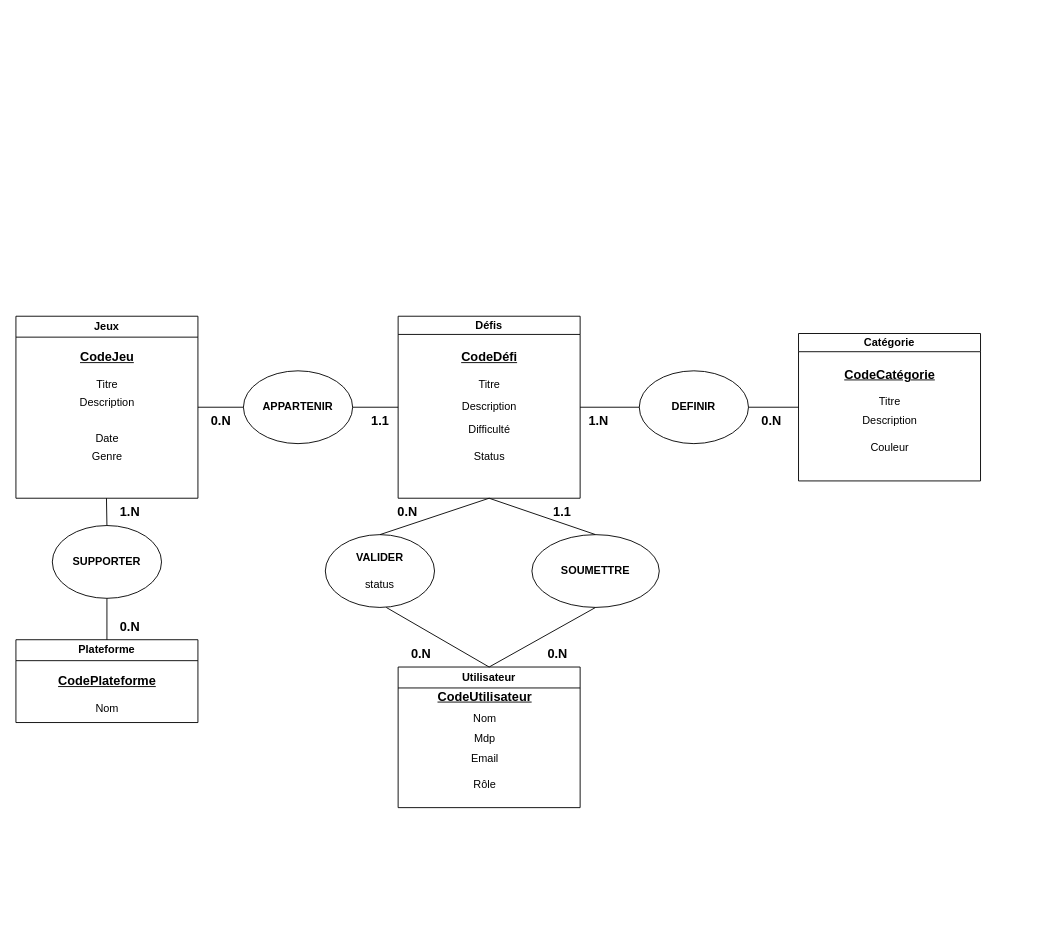
This is page "Page-1" (1 of 2) of doc/MCD.drawio from RomainCenturioni/Gamer-Challenge-Back, a draw.io file, before an edit. Source tidied: cells renumbered, new cells numbered last; positions are measured from the earlier drawing's top-left corner, leaving out a move shared by most shapes. Both pictures are drawn from the tidied source at 91%, with x=0, y=0 at pixel (15, 316).
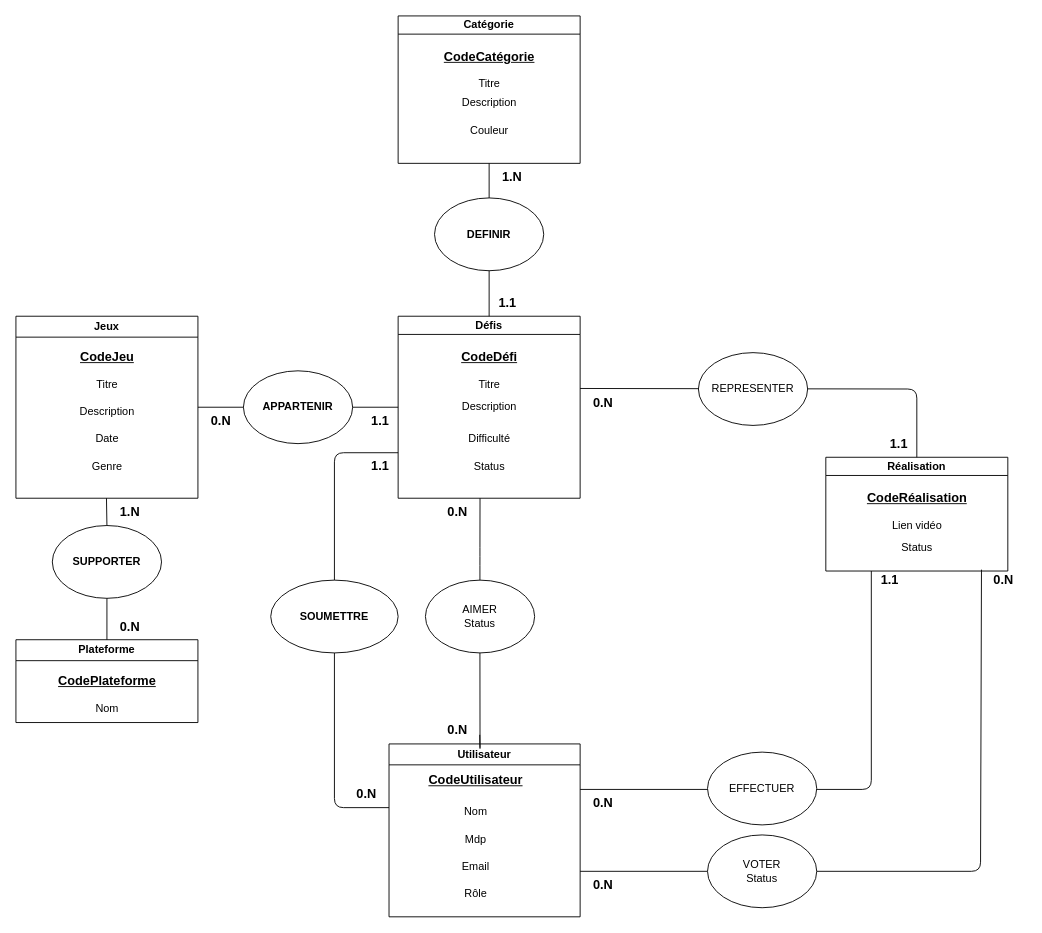
The same diagram, later.

The change refers to these unchanged cells:
```xml
<mxCell id="7" value="Jeux" style="swimlane;whiteSpace=wrap;html=1;startSize=23;" parent="1" vertex="1">
  <mxGeometry width="200" height="200" as="geometry" />
</mxCell>
<mxCell id="11" value="Défis" style="swimlane;whiteSpace=wrap;html=1;startSize=20;" parent="1" vertex="1">
  <mxGeometry x="420" width="200" height="200" as="geometry" />
</mxCell>
```

Change to the diagram source:
```diff
@@
     <mxCell id="2" value="Utilisateur" style="swimlane;whiteSpace=wrap;html=1;startSize=23;" parent="1" vertex="1">
-      <mxGeometry x="420" y="385.5" width="200" height="154.5" as="geometry" />
+      <mxGeometry x="410" y="470" width="210" height="190" as="geometry" />
     </mxCell>
     <mxCell id="3" value="Nom" style="text;html=1;align=center;verticalAlign=middle;strokeColor=none;fillColor=none;" parent="2" vertex="1">
-      <mxGeometry x="70" y="41" width="50" height="30" as="geometry" />
+      <mxGeometry x="70" y="60" width="50" height="30" as="geometry" />
     </mxCell>
     <mxCell id="4" value="Email" style="text;html=1;align=center;verticalAlign=middle;strokeColor=none;fillColor=none;" parent="2" vertex="1">
-      <mxGeometry x="70" y="85.5" width="50" height="30" as="geometry" />
+      <mxGeometry x="70" y="120" width="50" height="30" as="geometry" />
     </mxCell>
     <mxCell id="5" value="&lt;font style=&quot;font-size: 14px;&quot;&gt;&lt;b&gt;&lt;u&gt;CodeUtilisateur&lt;/u&gt;&lt;/b&gt;&lt;/font&gt;" style="text;html=1;align=center;verticalAlign=middle;strokeColor=none;fillColor=none;" parent="2" vertex="1">
-      <mxGeometry x="30" y="17.5" width="130" height="30" as="geometry" />
+      <mxGeometry x="30" y="24.5" width="130" height="30" as="geometry" />
     </mxCell>
     <mxCell id="6" value="Rôle" style="text;html=1;align=center;verticalAlign=middle;strokeColor=none;fillColor=none;" parent="2" vertex="1">
-      <mxGeometry x="70" y="114.5" width="50" height="30" as="geometry" />
+      <mxGeometry x="70" y="150" width="50" height="30" as="geometry" />
     </mxCell>
+    <mxCell id="27" value="Mdp" style="text;html=1;align=center;verticalAlign=middle;strokeColor=none;fillColor=none;" parent="2" vertex="1">
+      <mxGeometry x="70" y="90" width="50" height="30" as="geometry" />
+    </mxCell>
@@
     <mxCell id="10" value="Genre" style="text;html=1;align=center;verticalAlign=middle;strokeColor=none;fillColor=none;" parent="7" vertex="1">
-      <mxGeometry x="70" y="140" width="60" height="30" as="geometry" />
+      <mxGeometry x="70" y="150" width="60" height="30" as="geometry" />
     </mxCell>
+    <mxCell id="18" value="Description" style="text;html=1;align=center;verticalAlign=middle;strokeColor=none;fillColor=none;" parent="7" vertex="1">
+      <mxGeometry x="60" y="90" width="80" height="30" as="geometry" />
+    </mxCell>
@@
     <mxCell id="13" value="Difficulté" style="text;html=1;align=center;verticalAlign=middle;strokeColor=none;fillColor=none;" parent="11" vertex="1">
-      <mxGeometry x="65" y="110" width="70" height="30" as="geometry" />
+      <mxGeometry x="65" y="120" width="70" height="30" as="geometry" />
     </mxCell>
@@
     <mxCell id="16" value="Status" style="text;html=1;align=center;verticalAlign=middle;strokeColor=none;fillColor=none;" parent="11" vertex="1">
-      <mxGeometry x="70" y="140" width="60" height="30" as="geometry" />
+      <mxGeometry x="70" y="150" width="60" height="30" as="geometry" />
     </mxCell>
@@
-    <mxCell id="18" value="Description" style="text;html=1;align=center;verticalAlign=middle;strokeColor=none;fillColor=none;" parent="1" vertex="1">
-      <mxGeometry x="60" y="80" width="80" height="30" as="geometry" />
-    </mxCell>
@@
     <mxCell id="24" value="&lt;b&gt;SOUMETTRE&lt;/b&gt;" style="ellipse;whiteSpace=wrap;html=1;" parent="1" vertex="1">
-      <mxGeometry x="567" y="240" width="140" height="80" as="geometry" />
+      <mxGeometry x="280" y="290" width="140" height="80" as="geometry" />
     </mxCell>
-    <mxCell id="25" style="endArrow=none;html=1;entryX=0.5;entryY=1;entryDx=0;entryDy=0;exitX=0.5;exitY=0;exitDx=0;exitDy=0;" parent="1" edge="1" source="24" target="11">
-      <mxGeometry relative="1" as="geometry" />
+    <mxCell id="25" style="endArrow=none;html=1;entryX=0;entryY=0.75;entryDx=0;entryDy=0;exitX=0.5;exitY=0;exitDx=0;exitDy=0;" parent="1" edge="1" source="24" target="11">
+      <mxGeometry relative="1" as="geometry">
+        <Array as="points">
+          <mxPoint x="350" y="150" />
+        </Array>
+      </mxGeometry>
     </mxCell>
-    <mxCell id="26" style="endArrow=none;html=1;entryX=0.5;entryY=1;entryDx=0;entryDy=0;exitX=0.5;exitY=0;exitDx=0;exitDy=0;" parent="1" edge="1" source="2" target="24">
-      <mxGeometry relative="1" as="geometry" />
+    <mxCell id="26" style="endArrow=none;html=1;entryX=0.5;entryY=1;entryDx=0;entryDy=0;" parent="1" edge="1" target="24">
+      <mxGeometry relative="1" as="geometry">
+        <mxPoint x="410" y="540" as="sourcePoint" />
+        <Array as="points">
+          <mxPoint x="350" y="540" />
+        </Array>
+      </mxGeometry>
     </mxCell>
-    <mxCell id="27" value="Mdp" style="text;html=1;align=center;verticalAlign=middle;strokeColor=none;fillColor=none;" parent="1" vertex="1">
-      <mxGeometry x="490" y="449" width="50" height="30" as="geometry" />
-    </mxCell>
-    <mxCell id="28" value="&lt;b&gt;VALIDER&lt;/b&gt;&lt;div&gt;&lt;br&gt;&lt;/div&gt;&lt;div&gt;status&lt;/div&gt;" style="ellipse;whiteSpace=wrap;html=1;" parent="1" vertex="1">
-      <mxGeometry x="340" y="240" width="120" height="80" as="geometry" />
-    </mxCell>
-    <mxCell id="29" style="endArrow=none;html=1;entryX=0.5;entryY=1;entryDx=0;entryDy=0;exitX=0.5;exitY=0;exitDx=0;exitDy=0;" parent="1" edge="1" source="28" target="11">
-      <mxGeometry relative="1" as="geometry" />
-    </mxCell>
-    <mxCell id="30" style="endArrow=none;html=1;exitX=0.5;exitY=0;exitDx=0;exitDy=0;entryX=0.558;entryY=1;entryDx=0;entryDy=0;entryPerimeter=0;" parent="1" edge="1" source="2" target="28">
-      <mxGeometry relative="1" as="geometry" />
-    </mxCell>
     <mxCell id="31" value="&lt;font style=&quot;font-size: 14px;&quot;&gt;&lt;b&gt;0.N&lt;/b&gt;&lt;/font&gt;" style="text;html=1;align=center;verticalAlign=middle;strokeColor=none;fillColor=none;" parent="1" vertex="1">
-      <mxGeometry x="570" y="355.5" width="50" height="30" as="geometry" />
+      <mxGeometry x="620" y="610" width="50" height="30" as="geometry" />
     </mxCell>
-    <mxCell id="32" value="&lt;font style=&quot;font-size: 14px;&quot;&gt;&lt;b&gt;0.N&lt;/b&gt;&lt;/font&gt;" style="text;html=1;align=center;verticalAlign=middle;strokeColor=none;fillColor=none;" parent="1" vertex="1">
-      <mxGeometry x="420" y="355.5" width="50" height="30" as="geometry" />
-    </mxCell>
     <mxCell id="33" value="&lt;font style=&quot;font-size: 14px;&quot;&gt;&lt;b&gt;1.1&lt;/b&gt;&lt;/font&gt;" style="text;html=1;align=center;verticalAlign=middle;strokeColor=none;fillColor=none;" parent="1" vertex="1">
-      <mxGeometry x="580" y="200" width="40" height="30" as="geometry" />
+      <mxGeometry x="380" y="150" width="40" height="30" as="geometry" />
     </mxCell>
-    <mxCell id="34" value="&lt;span style=&quot;font-size: 14px;&quot;&gt;&lt;b&gt;0.N&lt;/b&gt;&lt;/span&gt;" style="text;html=1;align=center;verticalAlign=middle;strokeColor=none;fillColor=none;" parent="1" vertex="1">
-      <mxGeometry x="405" y="200" width="50" height="30" as="geometry" />
-    </mxCell>
     <mxCell id="35" value="Catégorie" style="swimlane;whiteSpace=wrap;html=1;startSize=20;" parent="1" vertex="1">
-      <mxGeometry x="860" y="19" width="200" height="162" as="geometry" />
+      <mxGeometry x="420" y="-330" width="200" height="162" as="geometry" />
     </mxCell>
@@
     <mxCell id="40" value="&lt;b&gt;DEFINIR&lt;/b&gt;" style="ellipse;whiteSpace=wrap;html=1;" parent="1" vertex="1">
-      <mxGeometry x="685" y="60" width="120" height="80" as="geometry" />
+      <mxGeometry x="460" y="-130" width="120" height="80" as="geometry" />
     </mxCell>
-    <mxCell id="41" style="endArrow=none;html=1;exitX=1;exitY=0.5;exitDx=0;exitDy=0;entryX=0;entryY=0.5;entryDx=0;entryDy=0;" parent="1" edge="1" source="11" target="40">
+    <mxCell id="41" style="endArrow=none;html=1;exitX=0.5;exitY=0;exitDx=0;exitDy=0;entryX=0.5;entryY=1;entryDx=0;entryDy=0;" parent="1" edge="1" source="11" target="40">
       <mxGeometry relative="1" as="geometry" />
     </mxCell>
-    <mxCell id="42" style="endArrow=none;html=1;exitX=1;exitY=0.5;exitDx=0;exitDy=0;entryX=0;entryY=0.5;entryDx=0;entryDy=0;" parent="1" edge="1" source="40" target="35">
+    <mxCell id="42" style="endArrow=none;html=1;exitX=0.5;exitY=0;exitDx=0;exitDy=0;entryX=0.5;entryY=1;entryDx=0;entryDy=0;" parent="1" edge="1" source="40" target="35">
       <mxGeometry relative="1" as="geometry" />
     </mxCell>
-    <mxCell id="43" value="&lt;b&gt;&lt;font style=&quot;font-size: 14px;&quot;&gt;0.N&lt;/font&gt;&lt;/b&gt;" style="text;html=1;align=center;verticalAlign=middle;strokeColor=none;fillColor=none;" parent="1" vertex="1">
-      <mxGeometry x="805" y="100" width="50" height="30" as="geometry" />
-    </mxCell>
     <mxCell id="44" value="&lt;font style=&quot;font-size: 14px;&quot;&gt;&lt;b&gt;1.N&lt;/b&gt;&lt;/font&gt;" style="text;html=1;align=center;verticalAlign=middle;strokeColor=none;fillColor=none;" parent="1" vertex="1">
-      <mxGeometry x="615" y="100" width="50" height="30" as="geometry" />
+      <mxGeometry x="520" y="-168" width="50" height="30" as="geometry" />
     </mxCell>
@@
+    <mxCell id="53" value="Réalisation" style="swimlane;whiteSpace=wrap;html=1;startSize=20;" parent="1" vertex="1">
+      <mxGeometry x="890" y="155" width="200" height="125" as="geometry" />
+    </mxCell>
+    <mxCell id="54" value="&lt;font style=&quot;font-size: 14px;&quot;&gt;&lt;b&gt;&lt;u&gt;CodeRéalisation&lt;/u&gt;&lt;/b&gt;&lt;/font&gt;" style="text;html=1;align=center;verticalAlign=middle;strokeColor=none;fillColor=none;" parent="53" vertex="1">
+      <mxGeometry x="35" y="30" width="130" height="30" as="geometry" />
+    </mxCell>
+    <mxCell id="55" value="Lien vidéo" style="text;html=1;align=center;verticalAlign=middle;strokeColor=none;fillColor=none;" parent="53" vertex="1">
+      <mxGeometry x="60" y="60" width="80" height="30" as="geometry" />
+    </mxCell>
+    <mxCell id="56" value="Status" style="text;html=1;align=center;verticalAlign=middle;strokeColor=none;fillColor=none;" parent="53" vertex="1">
+      <mxGeometry x="70" y="85" width="60" height="30" as="geometry" />
+    </mxCell>
+    <mxCell id="57" style="endArrow=none;html=1;entryX=0.25;entryY=1;entryDx=0;entryDy=0;" parent="1" edge="1" target="53">
+      <mxGeometry relative="1" as="geometry">
+        <mxPoint x="620" y="520" as="sourcePoint" />
+        <Array as="points">
+          <mxPoint x="940" y="520" />
+        </Array>
+      </mxGeometry>
+    </mxCell>
+    <mxCell id="58" value="EFFECTUER" style="ellipse;whiteSpace=wrap;html=1;" parent="1" vertex="1">
+      <mxGeometry x="760" y="479" width="120" height="80" as="geometry" />
+    </mxCell>
+    <mxCell id="59" value="&lt;font style=&quot;font-size: 14px;&quot;&gt;&lt;b&gt;0.N&lt;/b&gt;&lt;/font&gt;" style="text;html=1;align=center;verticalAlign=middle;strokeColor=none;fillColor=none;" parent="1" vertex="1">
+      <mxGeometry x="360" y="510" width="50" height="30" as="geometry" />
+    </mxCell>
+    <mxCell id="60" value="&lt;font style=&quot;font-size: 14px;&quot;&gt;&lt;b&gt;1.1&lt;/b&gt;&lt;/font&gt;" style="text;html=1;align=center;verticalAlign=middle;strokeColor=none;fillColor=none;" parent="1" vertex="1">
+      <mxGeometry x="520" y="-30" width="40" height="30" as="geometry" />
+    </mxCell>
+    <mxCell id="61" style="endArrow=none;html=1;exitX=1;exitY=0.5;exitDx=0;exitDy=0;entryX=0.021;entryY=0.117;entryDx=0;entryDy=0;entryPerimeter=0;" parent="1" edge="1" source="63" target="65">
+      <mxGeometry relative="1" as="geometry">
+        <Array as="points">
+          <mxPoint x="1060" y="610" />
+        </Array>
+      </mxGeometry>
+    </mxCell>
+    <mxCell id="62" style="endArrow=none;html=1;" parent="1" edge="1" target="63">
+      <mxGeometry relative="1" as="geometry">
+        <mxPoint x="620" y="610" as="sourcePoint" />
+      </mxGeometry>
+    </mxCell>
+    <mxCell id="63" value="VOTER&lt;div&gt;Status&lt;/div&gt;" style="ellipse;whiteSpace=wrap;html=1;" parent="1" vertex="1">
+      <mxGeometry x="760" y="570" width="120" height="80" as="geometry" />
+    </mxCell>
+    <mxCell id="64" value="&lt;font style=&quot;font-size: 14px;&quot;&gt;&lt;b&gt;0.N&lt;/b&gt;&lt;/font&gt;" style="text;html=1;align=center;verticalAlign=middle;strokeColor=none;fillColor=none;" parent="1" vertex="1">
+      <mxGeometry x="620" y="520" width="50" height="30" as="geometry" />
+    </mxCell>
+    <mxCell id="65" value="&lt;font style=&quot;font-size: 14px;&quot;&gt;&lt;b&gt;0.N&lt;/b&gt;&lt;/font&gt;" style="text;html=1;align=center;verticalAlign=middle;points=[];strokeColor=none;fillColor=none;" parent="1" vertex="1">
+      <mxGeometry x="1060" y="275" width="50" height="30" as="geometry" />
+    </mxCell>
+    <mxCell id="66" style="endArrow=none;html=1;entryX=0.5;entryY=0;entryDx=0;entryDy=0;" parent="1" edge="1" target="53">
+      <mxGeometry relative="1" as="geometry">
+        <mxPoint x="620" y="79.4" as="sourcePoint" />
+        <Array as="points">
+          <mxPoint x="990" y="80" />
+        </Array>
+      </mxGeometry>
+    </mxCell>
+    <mxCell id="67" value="REPRESENTER" style="ellipse;whiteSpace=wrap;html=1;" parent="1" vertex="1">
+      <mxGeometry x="750" y="40" width="120" height="80" as="geometry" />
+    </mxCell>
+    <mxCell id="68" value="&lt;font style=&quot;font-size: 14px;&quot;&gt;&lt;b&gt;1.1&lt;/b&gt;&lt;/font&gt;" style="text;html=1;align=center;verticalAlign=middle;strokeColor=none;fillColor=none;" parent="1" vertex="1">
+      <mxGeometry x="950" y="125" width="40" height="30" as="geometry" />
+    </mxCell>
+    <mxCell id="69" value="&lt;font style=&quot;font-size: 14px;&quot;&gt;&lt;b&gt;0.N&lt;/b&gt;&lt;/font&gt;" style="text;html=1;align=center;verticalAlign=middle;strokeColor=none;fillColor=none;" parent="1" vertex="1">
+      <mxGeometry x="620" y="80" width="50" height="30" as="geometry" />
+    </mxCell>
+    <mxCell id="70" value="AIMER&lt;div&gt;Status&lt;/div&gt;" style="ellipse;whiteSpace=wrap;html=1;" parent="1" vertex="1">
+      <mxGeometry x="450" y="290" width="120" height="80" as="geometry" />
+    </mxCell>
+    <mxCell id="71" style="endArrow=none;html=1;entryX=0.5;entryY=0;entryDx=0;entryDy=0;" parent="1" edge="1">
+      <mxGeometry relative="1" as="geometry">
+        <mxPoint x="510" y="200" as="sourcePoint" />
+        <mxPoint x="509.9" y="290" as="targetPoint" />
+        <Array as="points">
+          <mxPoint x="509.9" y="264" />
+        </Array>
+      </mxGeometry>
+    </mxCell>
+    <mxCell id="72" style="endArrow=none;html=1;entryX=0.5;entryY=0;entryDx=0;entryDy=0;" parent="1" edge="1">
+      <mxGeometry relative="1" as="geometry">
+        <mxPoint x="509.9" y="370" as="sourcePoint" />
+        <mxPoint x="509.7" y="460" as="targetPoint" />
+        <Array as="points">
+          <mxPoint x="510" y="480" />
+        </Array>
+      </mxGeometry>
+    </mxCell>
+    <mxCell id="73" value="&lt;font style=&quot;font-size: 14px;&quot;&gt;&lt;b&gt;0.N&lt;/b&gt;&lt;/font&gt;" style="text;html=1;align=center;verticalAlign=middle;strokeColor=none;fillColor=none;" parent="1" vertex="1">
+      <mxGeometry x="460" y="440" width="50" height="30" as="geometry" />
+    </mxCell>
+    <mxCell id="74" value="&lt;font style=&quot;font-size: 14px;&quot;&gt;&lt;b&gt;0.N&lt;/b&gt;&lt;/font&gt;" style="text;html=1;align=center;verticalAlign=middle;strokeColor=none;fillColor=none;" parent="1" vertex="1">
+      <mxGeometry x="460" y="200" width="50" height="30" as="geometry" />
+    </mxCell>
+    <mxCell id="75" value="&lt;font style=&quot;font-size: 14px;&quot;&gt;&lt;b&gt;1.1&lt;/b&gt;&lt;/font&gt;" style="text;html=1;align=center;verticalAlign=middle;strokeColor=none;fillColor=none;" parent="1" vertex="1">
+      <mxGeometry x="940" y="275" width="40" height="30" as="geometry" />
+    </mxCell>
```
